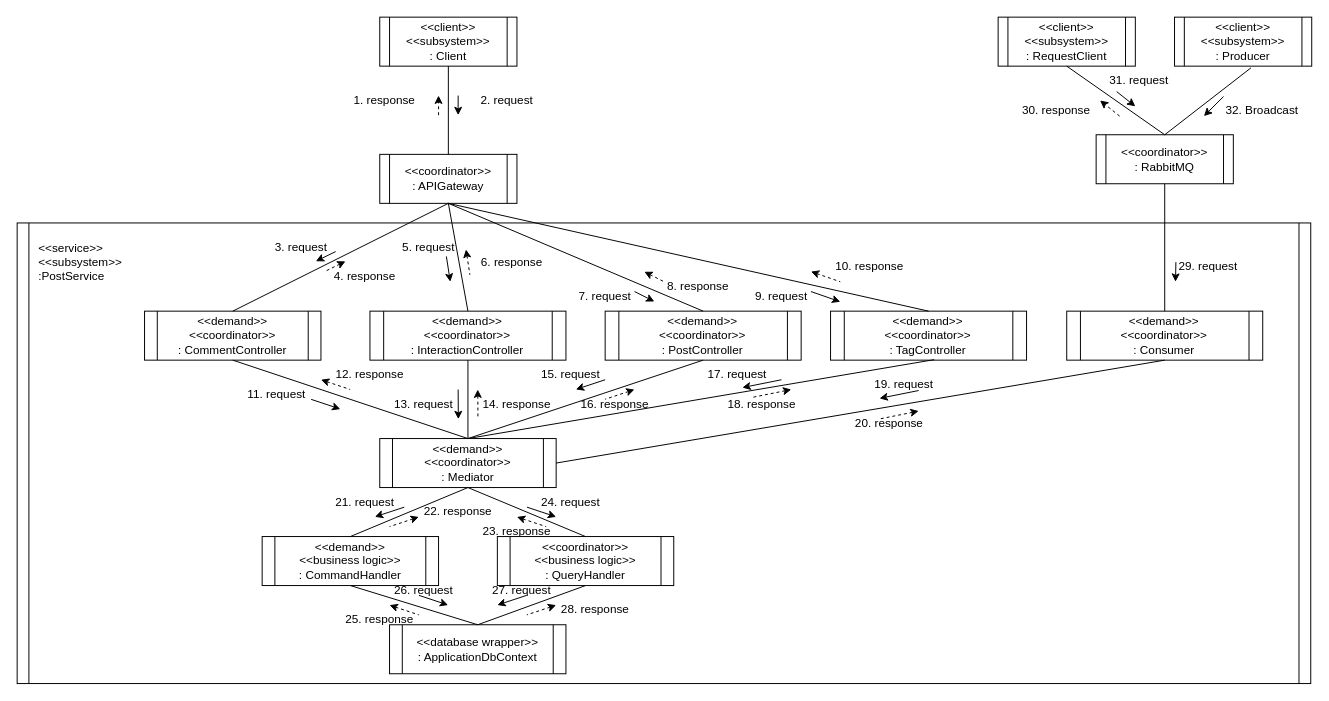
Above: docs/Subsystem Diagram/Post.subsystem.drawio in Carl-Johnsons/Chat-Application (draw.io), before the change. Source tidied: cells renumbered, new cells numbered last; positions are measured from the earlier drawing's top-left corner, leaving out a move shared by most shapes. Both pictures are drawn from the tidied source at 98%, with x=0, y=0 at pixel (17, 17).
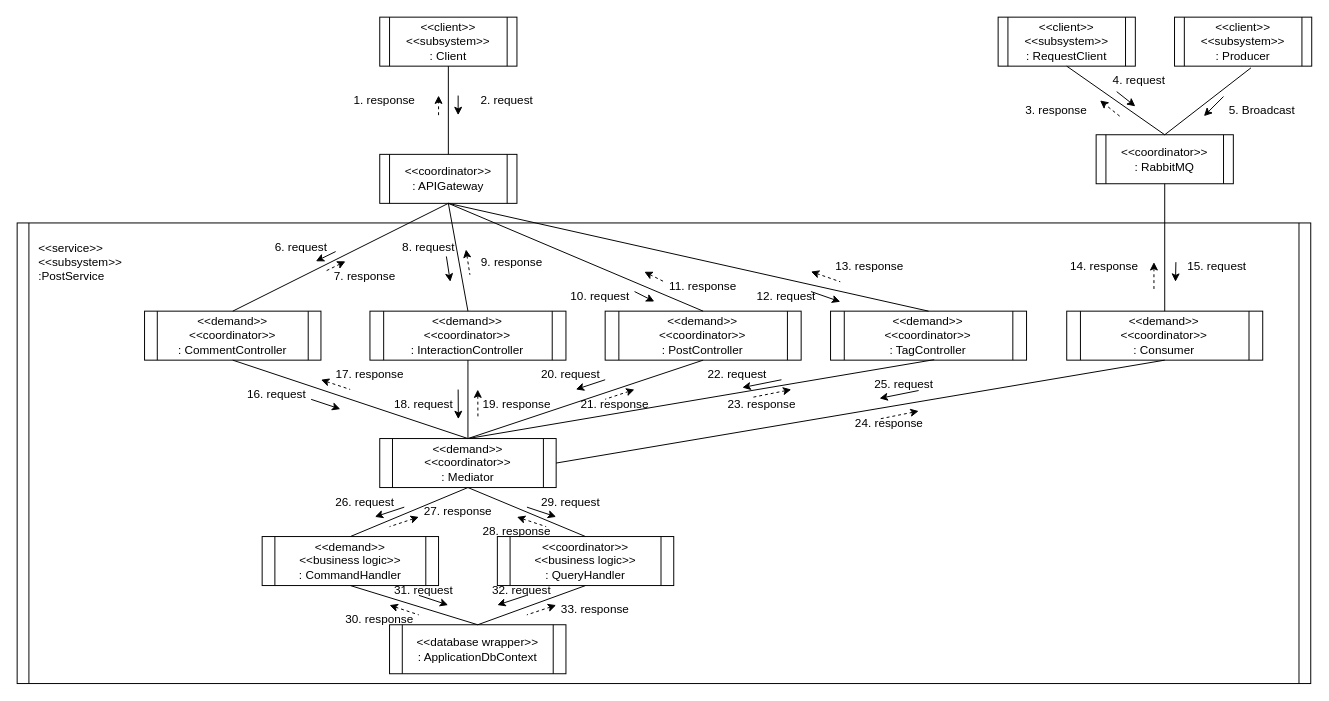
The same page after the edit.

Diff of the diagram source:
```diff
@@
-    <mxCell id="47" value="30. response" style="text;html=1;strokeColor=none;fillColor=none;align=center;verticalAlign=middle;whiteSpace=wrap;rounded=0;" parent="1" vertex="1">
+    <mxCell id="47" value="3. response" style="text;html=1;strokeColor=none;fillColor=none;align=center;verticalAlign=middle;whiteSpace=wrap;rounded=0;" parent="1" vertex="1">
       <mxGeometry x="1020" y="80" width="81" height="30" as="geometry" />
     </mxCell>
-    <mxCell id="48" value="32. Broadcast" style="text;html=1;strokeColor=none;fillColor=none;align=center;verticalAlign=middle;whiteSpace=wrap;rounded=0;" parent="1" vertex="1">
+    <mxCell id="48" value="5. Broadcast" style="text;html=1;strokeColor=none;fillColor=none;align=center;verticalAlign=middle;whiteSpace=wrap;rounded=0;" parent="1" vertex="1">
       <mxGeometry x="1231" y="80" width="79" height="30" as="geometry" />
     </mxCell>
@@
-    <mxCell id="71" value="3. request" style="text;html=1;strokeColor=none;fillColor=none;align=center;verticalAlign=middle;whiteSpace=wrap;rounded=0;" parent="1" vertex="1">
+    <mxCell id="71" value="6. request" style="text;html=1;strokeColor=none;fillColor=none;align=center;verticalAlign=middle;whiteSpace=wrap;rounded=0;" parent="1" vertex="1">
       <mxGeometry x="260" y="220" width="60" height="30" as="geometry" />
     </mxCell>
-    <mxCell id="72" value="5. request" style="text;html=1;strokeColor=none;fillColor=none;align=center;verticalAlign=middle;whiteSpace=wrap;rounded=0;" parent="1" vertex="1">
+    <mxCell id="72" value="8. request" style="text;html=1;strokeColor=none;fillColor=none;align=center;verticalAlign=middle;whiteSpace=wrap;rounded=0;" parent="1" vertex="1">
       <mxGeometry x="390" y="220" width="60" height="30" as="geometry" />
     </mxCell>
-    <mxCell id="73" value="7. request" style="text;html=1;strokeColor=none;fillColor=none;align=center;verticalAlign=middle;whiteSpace=wrap;rounded=0;" parent="1" vertex="1">
-      <mxGeometry x="570" y="270" width="60" height="30" as="geometry" />
+    <mxCell id="73" value="10. request" style="text;html=1;strokeColor=none;fillColor=none;align=center;verticalAlign=middle;whiteSpace=wrap;rounded=0;" parent="1" vertex="1">
+      <mxGeometry x="560" y="270" width="70" height="30" as="geometry" />
     </mxCell>
-    <mxCell id="74" value="9. request" style="text;html=1;strokeColor=none;fillColor=none;align=center;verticalAlign=middle;whiteSpace=wrap;rounded=0;" parent="1" vertex="1">
-      <mxGeometry x="750" y="270" width="60" height="30" as="geometry" />
+    <mxCell id="74" value="12. request" style="text;html=1;strokeColor=none;fillColor=none;align=center;verticalAlign=middle;whiteSpace=wrap;rounded=0;" parent="1" vertex="1">
+      <mxGeometry x="750" y="270" width="70" height="30" as="geometry" />
     </mxCell>
-    <mxCell id="75" value="11. request" style="text;html=1;strokeColor=none;fillColor=none;align=center;verticalAlign=middle;whiteSpace=wrap;rounded=0;" parent="1" vertex="1">
+    <mxCell id="75" value="16. request" style="text;html=1;strokeColor=none;fillColor=none;align=center;verticalAlign=middle;whiteSpace=wrap;rounded=0;" parent="1" vertex="1">
       <mxGeometry x="230" y="370" width="70" height="30" as="geometry" />
     </mxCell>
-    <mxCell id="76" value="13. request" style="text;html=1;strokeColor=none;fillColor=none;align=center;verticalAlign=middle;whiteSpace=wrap;rounded=0;" parent="1" vertex="1">
+    <mxCell id="76" value="18. request" style="text;html=1;strokeColor=none;fillColor=none;align=center;verticalAlign=middle;whiteSpace=wrap;rounded=0;" parent="1" vertex="1">
       <mxGeometry x="380" y="380" width="70" height="30" as="geometry" />
     </mxCell>
-    <mxCell id="77" value="15. request" style="text;html=1;strokeColor=none;fillColor=none;align=center;verticalAlign=middle;whiteSpace=wrap;rounded=0;" parent="1" vertex="1">
+    <mxCell id="77" value="20. request" style="text;html=1;strokeColor=none;fillColor=none;align=center;verticalAlign=middle;whiteSpace=wrap;rounded=0;" parent="1" vertex="1">
       <mxGeometry x="530" y="350" width="70" height="30" as="geometry" />
     </mxCell>
-    <mxCell id="78" value="17. request" style="text;html=1;strokeColor=none;fillColor=none;align=center;verticalAlign=middle;whiteSpace=wrap;rounded=0;" parent="1" vertex="1">
+    <mxCell id="78" value="22. request" style="text;html=1;strokeColor=none;fillColor=none;align=center;verticalAlign=middle;whiteSpace=wrap;rounded=0;" parent="1" vertex="1">
       <mxGeometry x="700" y="350" width="70" height="30" as="geometry" />
     </mxCell>
-    <mxCell id="79" value="19. request" style="text;html=1;strokeColor=none;fillColor=none;align=center;verticalAlign=middle;whiteSpace=wrap;rounded=0;" parent="1" vertex="1">
+    <mxCell id="79" value="25. request" style="text;html=1;strokeColor=none;fillColor=none;align=center;verticalAlign=middle;whiteSpace=wrap;rounded=0;" parent="1" vertex="1">
       <mxGeometry x="870" y="360" width="70" height="30" as="geometry" />
     </mxCell>
-    <mxCell id="80" value="21. request" style="text;html=1;strokeColor=none;fillColor=none;align=center;verticalAlign=middle;whiteSpace=wrap;rounded=0;" parent="1" vertex="1">
+    <mxCell id="80" value="26. request" style="text;html=1;strokeColor=none;fillColor=none;align=center;verticalAlign=middle;whiteSpace=wrap;rounded=0;" parent="1" vertex="1">
       <mxGeometry x="320" y="480" width="70" height="30" as="geometry" />
     </mxCell>
-    <mxCell id="81" value="24. request" style="text;html=1;strokeColor=none;fillColor=none;align=center;verticalAlign=middle;whiteSpace=wrap;rounded=0;" parent="1" vertex="1">
+    <mxCell id="81" value="29. request" style="text;html=1;strokeColor=none;fillColor=none;align=center;verticalAlign=middle;whiteSpace=wrap;rounded=0;" parent="1" vertex="1">
       <mxGeometry x="530" y="480" width="70" height="30" as="geometry" />
     </mxCell>
-    <mxCell id="82" value="26. request" style="text;html=1;strokeColor=none;fillColor=none;align=center;verticalAlign=middle;whiteSpace=wrap;rounded=0;" parent="1" vertex="1">
+    <mxCell id="82" value="31. request" style="text;html=1;strokeColor=none;fillColor=none;align=center;verticalAlign=middle;whiteSpace=wrap;rounded=0;" parent="1" vertex="1">
       <mxGeometry x="380" y="570" width="70" height="30" as="geometry" />
     </mxCell>
-    <mxCell id="83" value="27. request" style="text;html=1;strokeColor=none;fillColor=none;align=center;verticalAlign=middle;whiteSpace=wrap;rounded=0;" parent="1" vertex="1">
+    <mxCell id="83" value="32. request" style="text;html=1;strokeColor=none;fillColor=none;align=center;verticalAlign=middle;whiteSpace=wrap;rounded=0;" parent="1" vertex="1">
       <mxGeometry x="480" y="570" width="70" height="30" as="geometry" />
     </mxCell>
-    <mxCell id="84" value="29. request" style="text;html=1;strokeColor=none;fillColor=none;align=center;verticalAlign=middle;whiteSpace=wrap;rounded=0;" parent="1" vertex="1">
-      <mxGeometry x="1181" y="240" width="69" height="30" as="geometry" />
+    <mxCell id="84" value="15. request" style="text;html=1;strokeColor=none;fillColor=none;align=center;verticalAlign=middle;whiteSpace=wrap;rounded=0;" parent="1" vertex="1">
+      <mxGeometry x="1190" y="240" width="69" height="30" as="geometry" />
     </mxCell>
-    <mxCell id="85" value="31. request" style="text;html=1;strokeColor=none;fillColor=none;align=center;verticalAlign=middle;whiteSpace=wrap;rounded=0;" parent="1" vertex="1">
+    <mxCell id="85" value="4. request" style="text;html=1;strokeColor=none;fillColor=none;align=center;verticalAlign=middle;whiteSpace=wrap;rounded=0;" parent="1" vertex="1">
       <mxGeometry x="1110" y="50" width="70" height="30" as="geometry" />
     </mxCell>
-    <mxCell id="86" value="4. response" style="text;html=1;strokeColor=none;fillColor=none;align=center;verticalAlign=middle;whiteSpace=wrap;rounded=0;" parent="1" vertex="1">
+    <mxCell id="86" value="7. response" style="text;html=1;strokeColor=none;fillColor=none;align=center;verticalAlign=middle;whiteSpace=wrap;rounded=0;" parent="1" vertex="1">
       <mxGeometry x="320" y="250" width="70" height="30" as="geometry" />
     </mxCell>
-    <mxCell id="87" value="6. response" style="text;html=1;strokeColor=none;fillColor=none;align=center;verticalAlign=middle;whiteSpace=wrap;rounded=0;" parent="1" vertex="1">
+    <mxCell id="87" value="9. response" style="text;html=1;strokeColor=none;fillColor=none;align=center;verticalAlign=middle;whiteSpace=wrap;rounded=0;" parent="1" vertex="1">
       <mxGeometry x="470" y="235" width="70" height="30" as="geometry" />
     </mxCell>
-    <mxCell id="88" value="8. response" style="text;html=1;strokeColor=none;fillColor=none;align=center;verticalAlign=middle;whiteSpace=wrap;rounded=0;" parent="1" vertex="1">
-      <mxGeometry x="660" y="260" width="70" height="30" as="geometry" />
+    <mxCell id="88" value="11. response" style="text;html=1;strokeColor=none;fillColor=none;align=center;verticalAlign=middle;whiteSpace=wrap;rounded=0;" parent="1" vertex="1">
+      <mxGeometry x="660" y="260" width="80" height="30" as="geometry" />
     </mxCell>
-    <mxCell id="89" value="10. response" style="text;html=1;strokeColor=none;fillColor=none;align=center;verticalAlign=middle;whiteSpace=wrap;rounded=0;" parent="1" vertex="1">
+    <mxCell id="89" value="13. response" style="text;html=1;strokeColor=none;fillColor=none;align=center;verticalAlign=middle;whiteSpace=wrap;rounded=0;" parent="1" vertex="1">
       <mxGeometry x="830" y="240" width="80" height="30" as="geometry" />
     </mxCell>
-    <mxCell id="90" value="12. response" style="text;html=1;strokeColor=none;fillColor=none;align=center;verticalAlign=middle;whiteSpace=wrap;rounded=0;" parent="1" vertex="1">
+    <mxCell id="90" value="17. response" style="text;html=1;strokeColor=none;fillColor=none;align=center;verticalAlign=middle;whiteSpace=wrap;rounded=0;" parent="1" vertex="1">
       <mxGeometry x="320" y="350" width="80" height="30" as="geometry" />
     </mxCell>
-    <mxCell id="91" value="14. response" style="text;html=1;strokeColor=none;fillColor=none;align=center;verticalAlign=middle;whiteSpace=wrap;rounded=0;" parent="1" vertex="1">
+    <mxCell id="91" value="19. response" style="text;html=1;strokeColor=none;fillColor=none;align=center;verticalAlign=middle;whiteSpace=wrap;rounded=0;" parent="1" vertex="1">
       <mxGeometry x="470" y="380" width="80" height="30" as="geometry" />
     </mxCell>
-    <mxCell id="92" value="16. response" style="text;html=1;strokeColor=none;fillColor=none;align=center;verticalAlign=middle;whiteSpace=wrap;rounded=0;" parent="1" vertex="1">
+    <mxCell id="92" value="21. response" style="text;html=1;strokeColor=none;fillColor=none;align=center;verticalAlign=middle;whiteSpace=wrap;rounded=0;" parent="1" vertex="1">
       <mxGeometry x="570" y="380" width="80" height="30" as="geometry" />
     </mxCell>
-    <mxCell id="93" value="18. response" style="text;html=1;strokeColor=none;fillColor=none;align=center;verticalAlign=middle;whiteSpace=wrap;rounded=0;" parent="1" vertex="1">
+    <mxCell id="93" value="23. response" style="text;html=1;strokeColor=none;fillColor=none;align=center;verticalAlign=middle;whiteSpace=wrap;rounded=0;" parent="1" vertex="1">
       <mxGeometry x="720" y="380" width="80" height="30" as="geometry" />
     </mxCell>
-    <mxCell id="94" value="20. response" style="text;html=1;strokeColor=none;fillColor=none;align=center;verticalAlign=middle;whiteSpace=wrap;rounded=0;" parent="1" vertex="1">
+    <mxCell id="94" value="24. response" style="text;html=1;strokeColor=none;fillColor=none;align=center;verticalAlign=middle;whiteSpace=wrap;rounded=0;" parent="1" vertex="1">
       <mxGeometry x="850" y="400" width="80" height="30" as="geometry" />
     </mxCell>
-    <mxCell id="95" value="22. response" style="text;html=1;strokeColor=none;fillColor=none;align=center;verticalAlign=middle;whiteSpace=wrap;rounded=0;" parent="1" vertex="1">
+    <mxCell id="95" value="27. response" style="text;html=1;strokeColor=none;fillColor=none;align=center;verticalAlign=middle;whiteSpace=wrap;rounded=0;" parent="1" vertex="1">
       <mxGeometry x="410" y="490" width="80" height="30" as="geometry" />
     </mxCell>
-    <mxCell id="96" value="23. response" style="text;html=1;strokeColor=none;fillColor=none;align=center;verticalAlign=middle;whiteSpace=wrap;rounded=0;" parent="1" vertex="1">
+    <mxCell id="96" value="28. response" style="text;html=1;strokeColor=none;fillColor=none;align=center;verticalAlign=middle;whiteSpace=wrap;rounded=0;" parent="1" vertex="1">
       <mxGeometry x="470" y="510" width="80" height="30" as="geometry" />
     </mxCell>
-    <mxCell id="97" value="25. response" style="text;html=1;strokeColor=none;fillColor=none;align=center;verticalAlign=middle;whiteSpace=wrap;rounded=0;" parent="1" vertex="1">
+    <mxCell id="97" value="30. response" style="text;html=1;strokeColor=none;fillColor=none;align=center;verticalAlign=middle;whiteSpace=wrap;rounded=0;" parent="1" vertex="1">
       <mxGeometry x="330" y="600" width="80" height="30" as="geometry" />
     </mxCell>
-    <mxCell id="98" value="28. response" style="text;html=1;strokeColor=none;fillColor=none;align=center;verticalAlign=middle;whiteSpace=wrap;rounded=0;" parent="1" vertex="1">
+    <mxCell id="98" value="33. response" style="text;html=1;strokeColor=none;fillColor=none;align=center;verticalAlign=middle;whiteSpace=wrap;rounded=0;" parent="1" vertex="1">
       <mxGeometry x="550" y="590" width="80" height="30" as="geometry" />
     </mxCell>
+    <mxCell id="99" style="endArrow=none;html=1;dashed=1;endFill=0;startArrow=classic;startFill=1;" parent="1" edge="1">
+      <mxGeometry relative="1" as="geometry">
+        <mxPoint x="1160" y="250" as="sourcePoint" />
+        <mxPoint x="1160" y="280" as="targetPoint" />
+      </mxGeometry>
+    </mxCell>
+    <mxCell id="100" value="14. response" style="text;html=1;strokeColor=none;fillColor=none;align=center;verticalAlign=middle;whiteSpace=wrap;rounded=0;" parent="1" vertex="1">
+      <mxGeometry x="1070" y="240" width="79" height="30" as="geometry" />
+    </mxCell>
```
